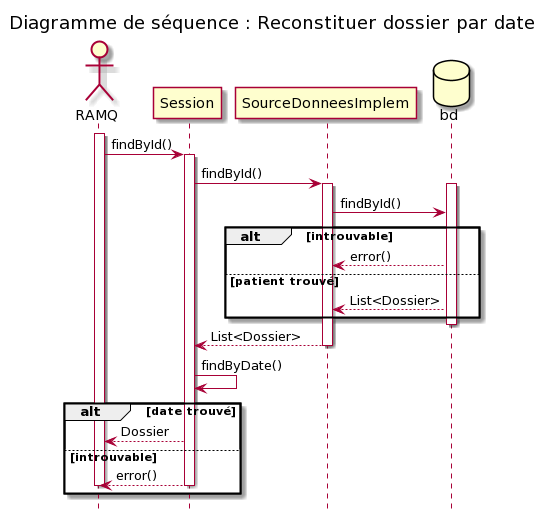
This is models/Diagramme_Sequences/Reconstruire_dossier_date/creerDossier_Diagramme.png from fethiuqam/INF5153-Projet-Session, a PlantUML export, as it was before one commit.
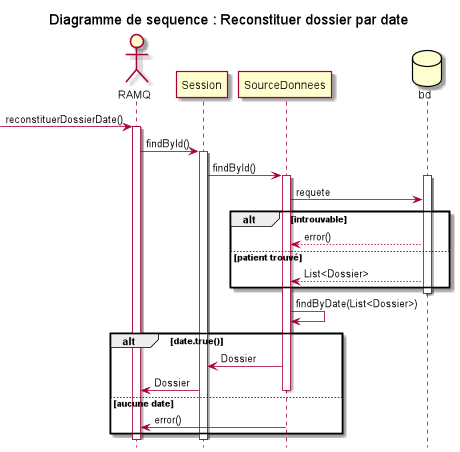
The same diagram one commit later.

Commit message:
ajout findByDate et findByModification

Change to the diagram source:
```diff
@@ -1,30 +1,32 @@
 @startuml
-title Diagramme de séquence : Reconstituer dossier par date
+title Diagramme de sequence : Reconstituer dossier par date
 hide footbox
 Actor "RAMQ" as ramq
+-> ramq: reconstituerDossierDate()
 activate ramq
 hide footbox
 ramq -> Session: findById()
 activate Session
-Session -> SourceDonneesImplem: findById()
-activate SourceDonneesImplem
+Session -> SourceDonnees: findById()
+activate SourceDonnees
 database Bd as "bd"
 activate Bd
-SourceDonneesImplem -> Bd: findById()
+SourceDonnees -> Bd: requete
 alt introuvable
-Bd --> SourceDonneesImplem: error()
+Bd --> SourceDonnees: error()
 else patient trouvé
-Bd --> SourceDonneesImplem:List<Dossier>
+Bd --> SourceDonnees:List<Dossier>
 end
 deactivate Bd
-SourceDonneesImplem --> Session: List<Dossier>
-deactivate SourceDonneesImplem
-Session -> Session: findByDate()
-alt date trouvé
-Session --> ramq: Dossier
-else introuvable
-Session --> ramq: error()
+SourceDonnees -> SourceDonnees: findByDate(List<Dossier>)
+alt date.true()
+SourceDonnees -> Session: Dossier
+Session -> ramq: Dossier
+deactivate SourceDonnees
+else aucune date
+SourceDonnees -> ramq: error()
+end
 deactivate Session
 deactivate ramq
-end
+
 @enduml
```
